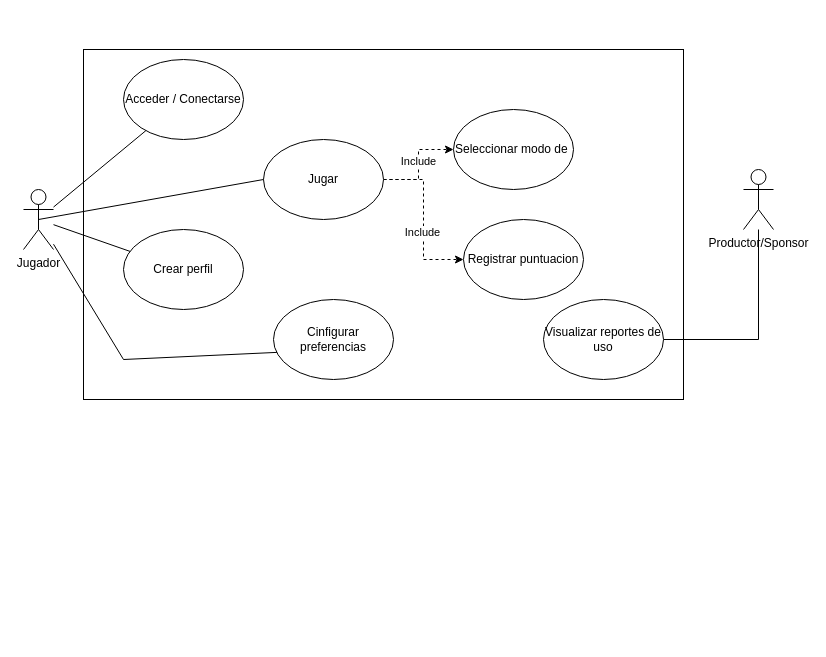
Above: Videojuegos.drawio in Mundrack/Diagramas-DrawIO (draw.io), before the change. Source tidied: cells renumbered, new cells numbered last; positions are measured from the earlier drawing's top-left corner, leaving out a move shared by most shapes. Both pictures are drawn from the tidied source at 100%, with x=0, y=0 at pixel (23, 49).
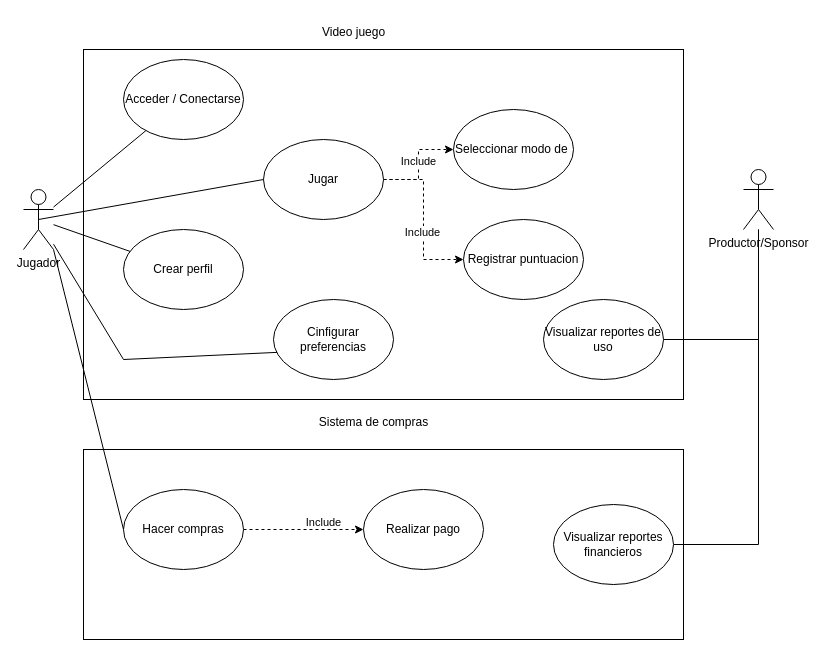
Above is the later version.

Unchanged cells that the change refers to:
```xml
<mxCell id="3" value="Jugador&lt;div&gt;&lt;br&gt;&lt;/div&gt;" style="shape=umlActor;verticalLabelPosition=bottom;verticalAlign=top;html=1;outlineConnect=0;" parent="1" vertex="1">
  <mxGeometry y="140" width="30" height="60" as="geometry" />
</mxCell>
<mxCell id="4" value="Productor/Sponsor" style="shape=umlActor;verticalLabelPosition=bottom;verticalAlign=top;html=1;outlineConnect=0;" parent="1" vertex="1">
  <mxGeometry x="720" y="120" width="30" height="60" as="geometry" />
</mxCell>
```

Change to the diagram source:
```diff
@@
+    <mxCell id="21" value="Video juego" style="text;html=1;align=center;verticalAlign=middle;strokeColor=none;fillColor=none;" parent="1" vertex="1">
+      <mxGeometry x="285" y="-32" width="90" height="30" as="geometry" />
+    </mxCell>
+    <mxCell id="22" value="Sistema de compras" style="text;html=1;align=center;verticalAlign=middle;strokeColor=none;fillColor=none;" parent="1" vertex="1">
+      <mxGeometry x="285" y="358" width="130" height="30" as="geometry" />
+    </mxCell>
+    <mxCell id="23" style="rounded=0;whiteSpace=wrap;html=1;" parent="1" vertex="1">
+      <mxGeometry x="60" y="400" width="600" height="190" as="geometry" />
+    </mxCell>
+    <mxCell id="24" style="edgeStyle=orthogonalEdgeStyle;rounded=0;jettySize=auto;html=1;dashed=1;" parent="1" edge="1" source="26" target="27">
+      <mxGeometry relative="1" as="geometry" />
+    </mxCell>
+    <mxCell id="25" value="Include" style="edgeLabel;html=1;align=center;verticalAlign=middle;" parent="24" vertex="1">
+      <mxGeometry x="0.32" y="8" relative="1" as="geometry" />
+    </mxCell>
+    <mxCell id="26" value="Hacer compras" style="ellipse;whiteSpace=wrap;html=1;" parent="1" vertex="1">
+      <mxGeometry x="100" y="440" width="120" height="80" as="geometry" />
+    </mxCell>
+    <mxCell id="27" value="Realizar pago" style="ellipse;whiteSpace=wrap;html=1;" parent="1" vertex="1">
+      <mxGeometry x="340" y="440" width="120" height="80" as="geometry" />
+    </mxCell>
+    <mxCell id="28" style="edgeStyle=orthogonalEdgeStyle;rounded=0;jettySize=auto;html=1;endArrow=none;endFill=0;" parent="1" edge="1" source="29" target="4">
+      <mxGeometry relative="1" as="geometry" />
+    </mxCell>
+    <mxCell id="29" value="Visualizar reportes financieros" style="ellipse;whiteSpace=wrap;html=1;" parent="1" vertex="1">
+      <mxGeometry x="530" y="455" width="120" height="80" as="geometry" />
+    </mxCell>
+    <mxCell id="30" style="endArrow=none;html=1;rounded=0;entryX=0;entryY=0.5;entryDx=0;entryDy=0;exitX=1;exitY=1;exitDx=0;exitDy=0;exitPerimeter=0;" parent="1" edge="1" source="3" target="26">
+      <mxGeometry relative="1" as="geometry" />
+    </mxCell>
```
